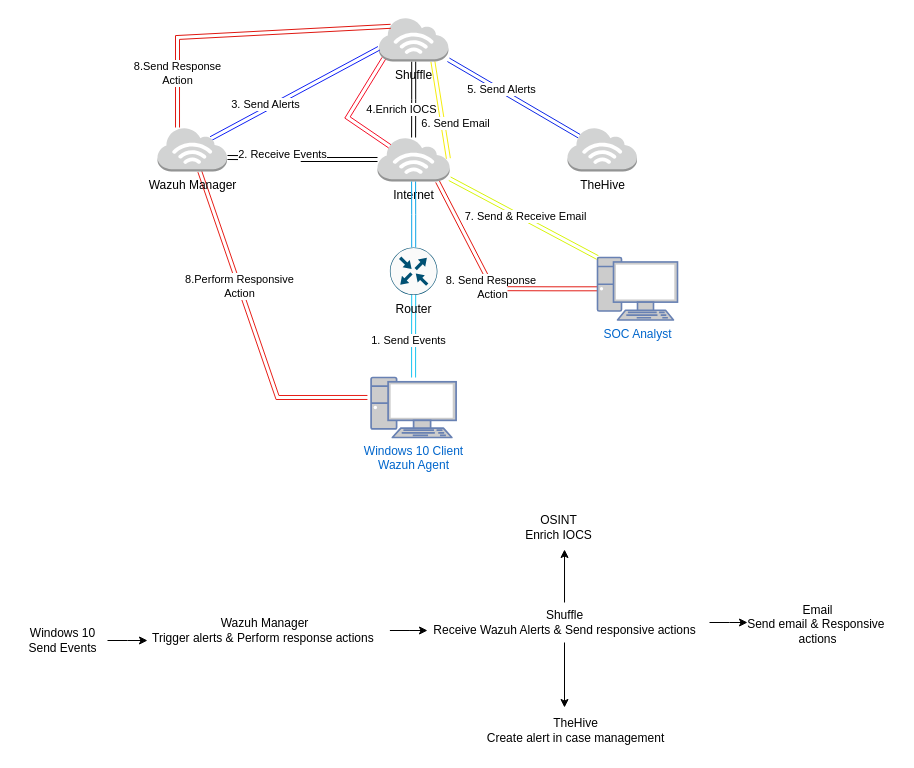
Before: Untitled Diagram.drawio in viponpoint/SOC-Automation-Project, a draw.io diagram. Source tidied: cells renumbered, new cells numbered last; positions are measured from the earlier drawing's top-left corner, leaving out a move shared by most shapes. Both pictures are drawn from the tidied source at 100%, with x=0, y=0 at pixel (17, 17).
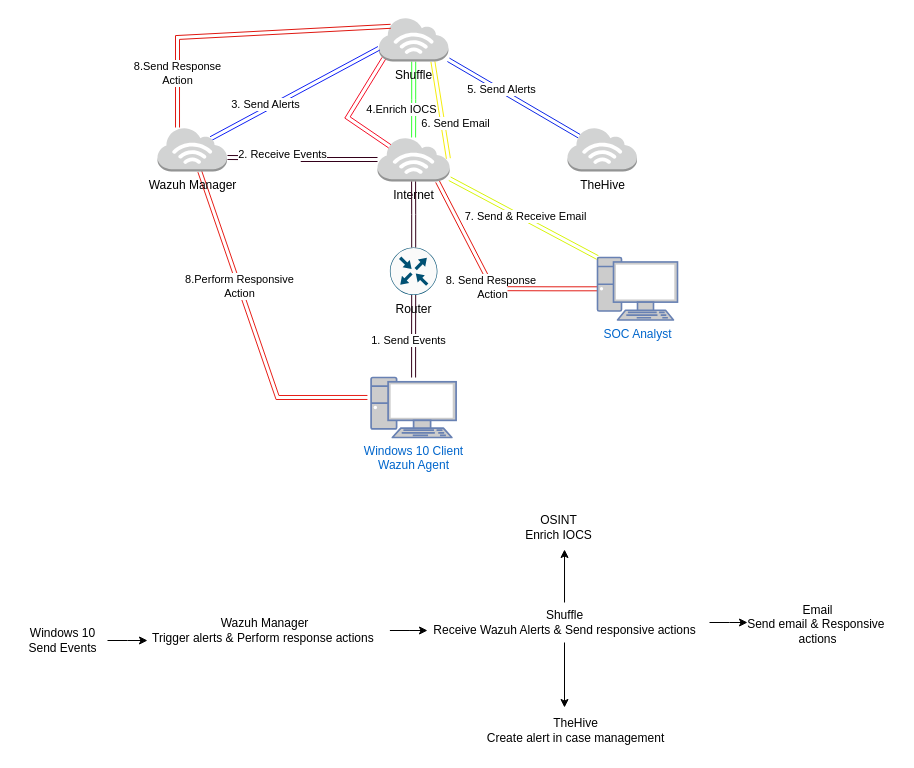
The same diagram, later.

Unchanged cells that the change refers to:
```xml
<mxCell id="4" value="Windows 10 Client&lt;div&gt;Wazuh Agent&lt;/div&gt;&lt;div&gt;&lt;br&gt;&lt;/div&gt;" style="fontColor=#0066CC;verticalAlign=top;verticalLabelPosition=bottom;labelPosition=center;align=center;html=1;outlineConnect=0;fillColor=#CCCCCC;strokeColor=#6881B3;gradientColor=none;gradientDirection=north;strokeWidth=2;shape=mxgraph.networks.pc;" parent="1" vertex="1">
  <mxGeometry x="353.6" y="360" width="85" height="60" as="geometry" />
</mxCell>
<mxCell id="5" value="Router" style="sketch=0;points=[[0.5,0,0],[1,0.5,0],[0.5,1,0],[0,0.5,0],[0.145,0.145,0],[0.8555,0.145,0],[0.855,0.8555,0],[0.145,0.855,0]];verticalLabelPosition=bottom;html=1;verticalAlign=top;align=center;shape=mxgraph.cisco19.rect;prIcon=router;fillColor=#FAFAFA;strokeColor=#005073;" parent="1" vertex="1">
  <mxGeometry x="372.4" y="230" width="47.5" height="47.5" as="geometry" />
</mxCell>
<mxCell id="12" value="Shuffle" style="outlineConnect=0;dashed=0;verticalLabelPosition=bottom;verticalAlign=top;align=center;html=1;shape=mxgraph.aws3.internet_3;fillColor=#D2D3D3;gradientColor=none;" parent="1" vertex="1">
  <mxGeometry x="361.4" width="69.5" height="44" as="geometry" />
</mxCell>
<mxCell id="23" value="Internet" style="outlineConnect=0;dashed=0;verticalLabelPosition=bottom;verticalAlign=top;align=center;html=1;shape=mxgraph.aws3.internet_3;fillColor=#D2D3D3;gradientColor=none;" parent="1" vertex="1">
  <mxGeometry x="360" y="120" width="72.2" height="44" as="geometry" />
</mxCell>
```

What changed in the source:
```diff
@@
-    <mxCell id="2" style="edgeStyle=orthogonalEdgeStyle;rounded=0;jettySize=auto;html=1;shape=link;strokeColor=#19c5f0;" parent="1" edge="1" source="4" target="5">
+    <mxCell id="2" style="edgeStyle=orthogonalEdgeStyle;rounded=0;jettySize=auto;html=1;shape=link;strokeColor=#33001A;" parent="1" edge="1" source="4" target="5">
       <mxGeometry relative="1" as="geometry" />
     </mxCell>
@@
-    <mxCell id="6" style="edgeStyle=orthogonalEdgeStyle;rounded=0;jettySize=auto;html=1;shape=link;" parent="1" edge="1" source="12" target="23">
+    <mxCell id="6" style="edgeStyle=orthogonalEdgeStyle;rounded=0;jettySize=auto;html=1;shape=link;strokeColor=#33FF33;" parent="1" edge="1" source="12" target="23">
       <mxGeometry relative="1" as="geometry" />
     </mxCell>
@@
-    <mxCell id="19" style="edgeStyle=orthogonalEdgeStyle;rounded=0;jettySize=auto;html=1;shape=link;" parent="1" edge="1" source="23">
+    <mxCell id="19" style="edgeStyle=orthogonalEdgeStyle;rounded=0;jettySize=auto;html=1;shape=link;fillColor=#d5e8d4;strokeColor=#33001A;" parent="1" edge="1" source="23">
       <mxGeometry relative="1" as="geometry">
         <mxPoint x="210" y="140" as="targetPoint" />
       </mxGeometry>
     </mxCell>
@@
-    <mxCell id="26" style="edgeStyle=orthogonalEdgeStyle;rounded=0;jettySize=auto;html=1;entryX=0.5;entryY=1;entryDx=0;entryDy=0;entryPerimeter=0;shape=link;strokeColor=#0da6e7;" parent="1" edge="1" source="5" target="23">
+    <mxCell id="26" style="edgeStyle=orthogonalEdgeStyle;rounded=0;jettySize=auto;html=1;entryX=0.5;entryY=1;entryDx=0;entryDy=0;entryPerimeter=0;shape=link;strokeColor=#33001A;" parent="1" edge="1" source="5" target="23">
       <mxGeometry relative="1" as="geometry" />
     </mxCell>
```
